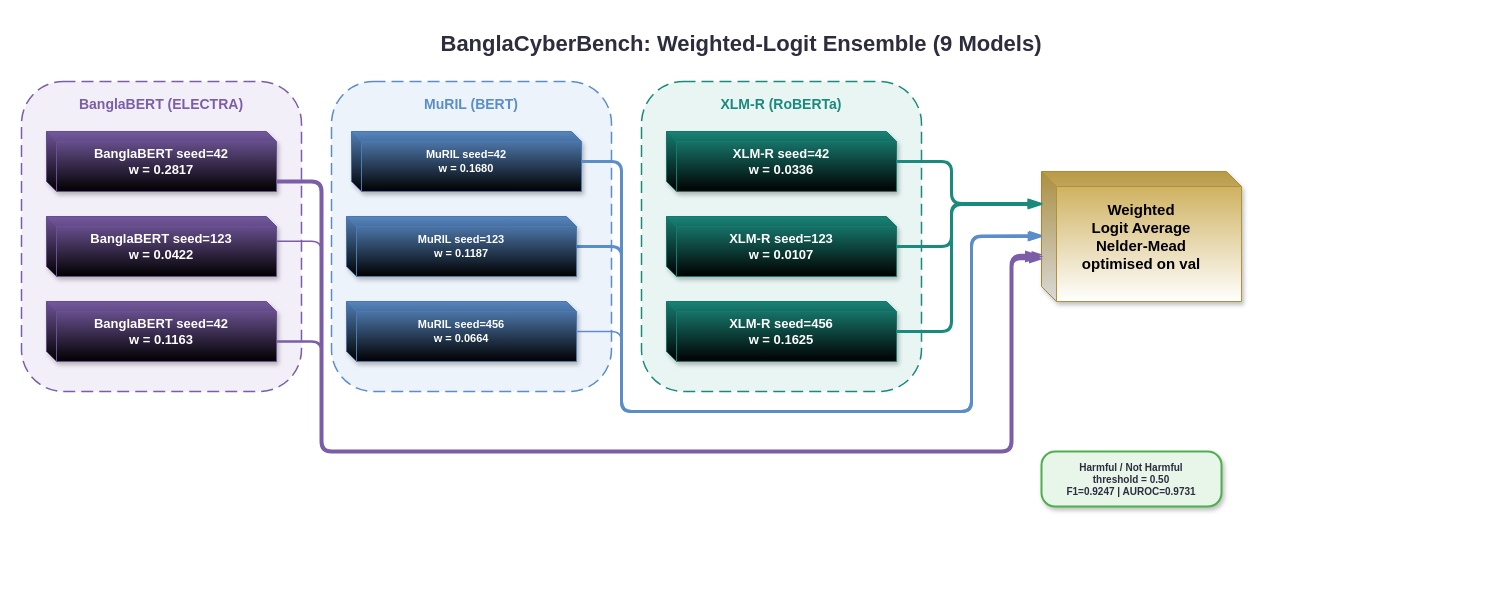
Earlier version of the draw.io diagram CyberD2.drawio (Sefayet-Alam/Research-Related). Source tidied: cells renumbered, new cells numbered last; positions are measured from the earlier drawing's top-left corner, leaving out a move shared by most shapes. Both pictures are drawn from the tidied source at 100%, with x=0, y=0 at pixel (21, 21).
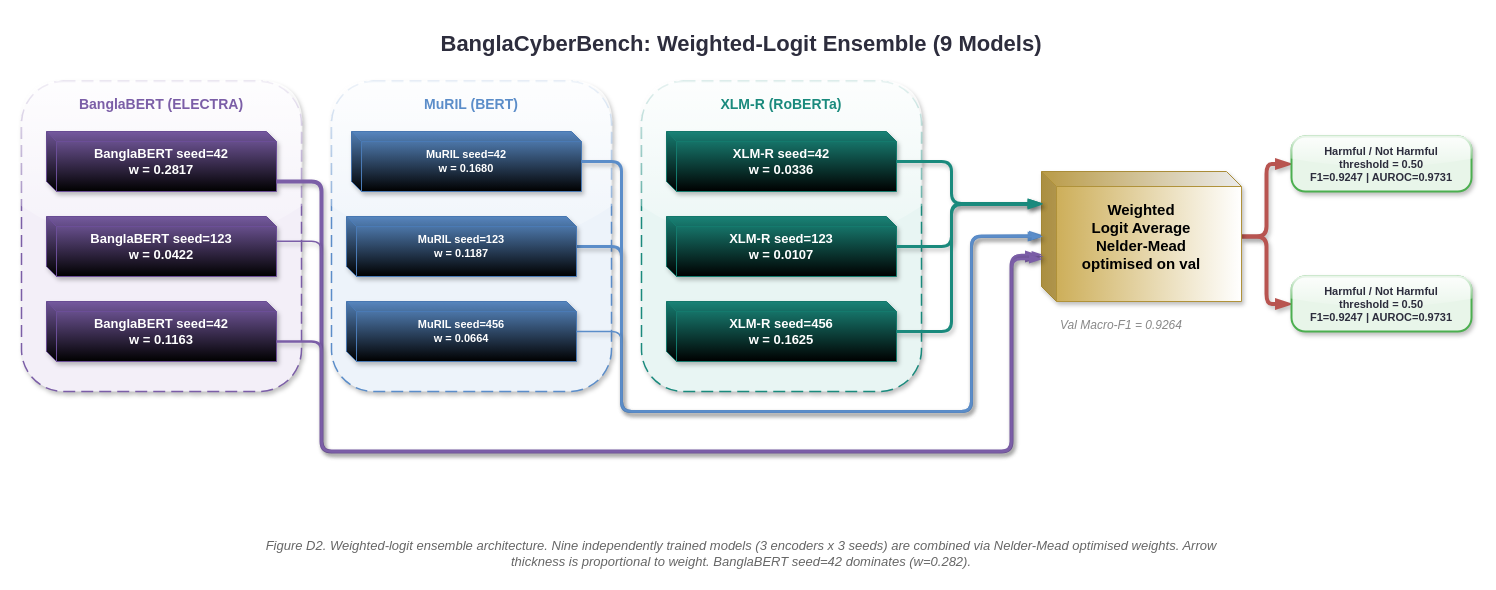
The same diagram, later.

Unchanged cells that the change refers to:
```xml
<mxCell id="5" value="BanglaBERT seed=123&#10;w = 0.0422" style="shape=cube;whiteSpace=wrap;size=10;darkOpacity=0.05;darkOpacity2=0.1;fillColor=#7B5EA7;strokeColor=#6B4E97;fontColor=#FFFFFF;fontSize=13;fontStyle=1;fontFamily=Arial;shadow=1;gradientColor=default;" parent="1" vertex="1">
  <mxGeometry x="25" y="195" width="230" height="60" as="geometry" />
</mxCell>
<mxCell id="6" value="BanglaBERT seed=42&#10;w = 0.1163" style="shape=cube;whiteSpace=wrap;size=10;darkOpacity=0.05;darkOpacity2=0.1;fillColor=#7B5EA7;strokeColor=#6B4E97;fontColor=#FFFFFF;fontSize=13;fontStyle=1;fontFamily=Arial;shadow=1;gradientColor=default;" parent="1" vertex="1">
  <mxGeometry x="25" y="280" width="230" height="60" as="geometry" />
</mxCell>
<mxCell id="8" value="MuRIL seed=42 &#10;w = 0.1680" style="shape=cube;whiteSpace=wrap;size=10;darkOpacity=0.05;darkOpacity2=0.1;fillColor=#5B8DC9;strokeColor=#4A7AB5;fontColor=#FFFFFF;fontSize=11;fontStyle=1;fontFamily=Arial;shadow=1;gradientColor=default;" parent="1" vertex="1">
  <mxGeometry x="330" y="110" width="230" height="60" as="geometry" />
</mxCell>
<mxCell id="10" value="MuRIL seed=123 &#10;w = 0.1187" style="shape=cube;whiteSpace=wrap;size=10;darkOpacity=0.05;darkOpacity2=0.1;fillColor=#5B8DC9;strokeColor=#4A7AB5;fontColor=#FFFFFF;fontSize=11;fontStyle=1;fontFamily=Arial;shadow=1;gradientColor=default;" parent="1" vertex="1">
  <mxGeometry x="325" y="195" width="230" height="60" as="geometry" />
</mxCell>
<mxCell id="11" value="MuRIL seed=456 &#10;w = 0.0664" style="shape=cube;whiteSpace=wrap;size=10;darkOpacity=0.05;darkOpacity2=0.1;fillColor=#5B8DC9;strokeColor=#4A7AB5;fontColor=#FFFFFF;fontSize=11;fontStyle=1;fontFamily=Arial;shadow=1;gradientColor=default;" parent="1" vertex="1">
  <mxGeometry x="325" y="280" width="230" height="60" as="geometry" />
</mxCell>
<mxCell id="13" value="XLM-R seed=42 &#10;w = 0.0336" style="shape=cube;whiteSpace=wrap;size=10;darkOpacity=0.05;darkOpacity2=0.1;fillColor=#1A8A7D;strokeColor=#147A6D;fontColor=#FFFFFF;fontSize=13;fontStyle=1;fontFamily=Arial;shadow=1;gradientColor=default;" parent="1" vertex="1">
  <mxGeometry x="645" y="110" width="230" height="60" as="geometry" />
</mxCell>
<mxCell id="14" value="XLM-R seed=123 &#10;w = 0.0107" style="shape=cube;whiteSpace=wrap;size=10;darkOpacity=0.05;darkOpacity2=0.1;fillColor=#1A8A7D;strokeColor=#147A6D;fontColor=#FFFFFF;fontSize=13;fontStyle=1;fontFamily=Arial;shadow=1;gradientColor=default;" parent="1" vertex="1">
  <mxGeometry x="645" y="195" width="230" height="60" as="geometry" />
</mxCell>
<mxCell id="15" value="XLM-R seed=456 &#10;w = 0.1625" style="shape=cube;whiteSpace=wrap;size=10;darkOpacity=0.05;darkOpacity2=0.1;fillColor=#1A8A7D;strokeColor=#147A6D;fontColor=#FFFFFF;fontSize=13;fontStyle=1;fontFamily=Arial;shadow=1;gradientColor=default;" parent="1" vertex="1">
  <mxGeometry x="645" y="280" width="230" height="60" as="geometry" />
</mxCell>
```

What changed in the source:
```diff
@@
-<mxGraphModel>
+<mxGraphModel background="#ffffff">
@@
-    <mxCell id="2" value="BanglaBERT (ELECTRA)" style="rounded=1;whiteSpace=wrap;dashed=1;dashPattern=8 4;fillColor=#F3EFF8;strokeColor=#7B5EA7;strokeWidth=1.5;fontSize=14;fontStyle=1;fontFamily=Arial;fontColor=#7B5EA7;verticalAlign=top;spacingTop=8;" parent="1" vertex="1">
+    <mxCell id="2" value="BanglaBERT (ELECTRA)" style="rounded=1;whiteSpace=wrap;dashed=1;dashPattern=8 4;fillColor=#F3EFF8;strokeColor=#7B5EA7;strokeWidth=1.5;fontSize=14;fontStyle=1;fontFamily=Arial;fontColor=#7B5EA7;verticalAlign=top;spacingTop=8;shadow=1;glass=1;" parent="1" vertex="1">
       <mxGeometry y="60" width="280" height="310" as="geometry" />
     </mxCell>
-    <mxCell id="3" value="BanglaCyberBench: Weighted-Logit Ensemble (9 Models)" style="text;whiteSpace=wrap;fontSize=22;fontStyle=1;fontFamily=Arial;fontColor=#2D2D3D;align=center;verticalAlign=middle;" parent="1" vertex="1">
+    <mxCell id="3" value="BanglaCyberBench: Weighted-Logit Ensemble (9 Models)" style="text;whiteSpace=wrap;fontSize=22;fontStyle=1;fontFamily=Arial;fontColor=#2D2D3D;align=center;verticalAlign=middle;shadow=1;" parent="1" vertex="1">
       <mxGeometry x="270" width="900" height="45" as="geometry" />
     </mxCell>
@@
-    <mxCell id="7" value="MuRIL (BERT)" style="rounded=1;whiteSpace=wrap;dashed=1;dashPattern=8 4;fillColor=#EDF3FA;strokeColor=#5B8DC9;strokeWidth=1.5;fontSize=14;fontStyle=1;fontFamily=Arial;fontColor=#5B8DC9;verticalAlign=top;spacingTop=8;" parent="1" vertex="1">
+    <mxCell id="7" value="MuRIL (BERT)" style="rounded=1;whiteSpace=wrap;dashed=1;dashPattern=8 4;fillColor=#EDF3FA;strokeColor=#5B8DC9;strokeWidth=1.5;fontSize=14;fontStyle=1;fontFamily=Arial;fontColor=#5B8DC9;verticalAlign=top;spacingTop=8;shadow=1;glass=1;" parent="1" vertex="1">
       <mxGeometry x="310" y="60" width="280" height="310" as="geometry" />
     </mxCell>
@@
-    <mxCell id="9" style="edgeStyle=orthogonalEdgeStyle;rounded=1;jettySize=auto;strokeColor=#5B8DC9;strokeWidth=3;endArrow=blockThin;endFill=1;entryX=0.007;entryY=0.495;entryDx=0;entryDy=0;entryPerimeter=0;" parent="1" edge="1" source="10" target="16">
+    <mxCell id="9" style="edgeStyle=orthogonalEdgeStyle;rounded=1;jettySize=auto;strokeColor=#5B8DC9;strokeWidth=3;endArrow=blockThin;endFill=1;entryX=0.007;entryY=0.495;entryDx=0;entryDy=0;entryPerimeter=0;shadow=1;" parent="1" edge="1" source="10" target="16">
       <mxGeometry relative="1" as="geometry">
         <Array as="points">
           <mxPoint x="600" y="225" />
           <mxPoint x="600" y="390" />
           <mxPoint x="950" y="390" />
           <mxPoint x="950" y="214" />
           <mxPoint x="1021" y="214" />
         </Array>
       </mxGeometry>
     </mxCell>
@@
-    <mxCell id="12" value="XLM-R (RoBERTa)" style="rounded=1;whiteSpace=wrap;dashed=1;dashPattern=8 4;fillColor=#E8F5F3;strokeColor=#1A8A7D;strokeWidth=1.5;fontSize=14;fontStyle=1;fontFamily=Arial;fontColor=#1A8A7D;verticalAlign=top;spacingTop=8;" parent="1" vertex="1">
+    <mxCell id="12" value="XLM-R (RoBERTa)" style="rounded=1;whiteSpace=wrap;dashed=1;dashPattern=8 4;fillColor=#E8F5F3;strokeColor=#1A8A7D;strokeWidth=1.5;fontSize=14;fontStyle=1;fontFamily=Arial;fontColor=#1A8A7D;verticalAlign=top;spacingTop=8;shadow=1;glass=1;" parent="1" vertex="1">
       <mxGeometry x="620" y="60" width="280" height="310" as="geometry" />
     </mxCell>
@@
+    <mxCell id="26" style="edgeStyle=orthogonalEdgeStyle;rounded=1;jettySize=auto;html=1;entryX=0;entryY=0.5;entryDx=0;entryDy=0;strokeColor=#b85450;strokeWidth=4;align=center;verticalAlign=middle;fontFamily=Helvetica;fontSize=11;fontColor=default;labelBackgroundColor=default;endArrow=blockThin;endFill=1;fillColor=#f8cecc;shadow=1;" parent="1" edge="1" source="16" target="25">
+      <mxGeometry relative="1" as="geometry" />
+    </mxCell>
+    <mxCell id="27" style="edgeStyle=orthogonalEdgeStyle;rounded=1;jettySize=auto;html=1;entryX=0;entryY=0.5;entryDx=0;entryDy=0;strokeColor=#b85450;strokeWidth=4;align=center;verticalAlign=middle;fontFamily=Helvetica;fontSize=11;fontColor=default;labelBackgroundColor=default;endArrow=blockThin;endFill=1;fillColor=#f8cecc;shadow=1;" parent="1" edge="1" source="16" target="28">
+      <mxGeometry relative="1" as="geometry" />
+    </mxCell>
-    <mxCell id="16" value="Weighted &#10;Logit Average &#10;Nelder-Mead &#10;optimised on val" style="shape=cube;whiteSpace=wrap;size=15;darkOpacity=0.08;darkOpacity2=0.15;fillColor=#C9A84C;strokeColor=#B0923A;fontColor=#000000;fontSize=15;fontStyle=1;fontFamily=Arial;shadow=1;gradientColor=#FFFFFF;gradientDirection=south;" parent="1" vertex="1">
+    <mxCell id="16" value="Weighted &#10;Logit Average &#10;Nelder-Mead &#10;optimised on val" style="shape=cube;whiteSpace=wrap;size=15;darkOpacity=0.08;darkOpacity2=0.15;fillColor=#C9A84C;strokeColor=#B0923A;fontColor=#000000;fontSize=15;fontStyle=1;fontFamily=Arial;shadow=1;gradientColor=#FFFFFF;gradientDirection=east;" parent="1" vertex="1">
       <mxGeometry x="1020" y="150" width="200" height="130" as="geometry" />
     </mxCell>
-    <mxCell id="17" style="edgeStyle=orthogonalEdgeStyle;rounded=1;jettySize=auto;strokeColor=#5B8DC9;strokeWidth=3;endArrow=blockThin;endFill=1;" parent="1" edge="1" source="8" target="16">
+    <mxCell id="17" style="edgeStyle=orthogonalEdgeStyle;rounded=1;jettySize=auto;strokeColor=#5B8DC9;strokeWidth=3;endArrow=blockThin;endFill=1;shadow=1;" parent="1" edge="1" source="8" target="16">
       <mxGeometry relative="1" as="geometry">
         <Array as="points">
           <mxPoint x="600" y="140" />
           <mxPoint x="600" y="390" />
           <mxPoint x="950" y="390" />
           <mxPoint x="950" y="215" />
         </Array>
       </mxGeometry>
     </mxCell>
-    <mxCell id="18" style="edgeStyle=orthogonalEdgeStyle;rounded=1;jettySize=auto;strokeColor=#5B8DC9;strokeWidth=1.5;endArrow=blockThin;endFill=1;" parent="1" edge="1" source="11" target="16">
+    <mxCell id="18" style="edgeStyle=orthogonalEdgeStyle;rounded=1;jettySize=auto;strokeColor=#5B8DC9;strokeWidth=1.5;endArrow=blockThin;endFill=1;shadow=1;" parent="1" edge="1" source="11" target="16">
       <mxGeometry relative="1" as="geometry">
         <Array as="points">
           <mxPoint x="600" y="310" />
           <mxPoint x="600" y="390" />
           <mxPoint x="950" y="390" />
           <mxPoint x="950" y="215" />
         </Array>
       </mxGeometry>
     </mxCell>
-    <mxCell id="19" style="edgeStyle=orthogonalEdgeStyle;rounded=1;orthogonalLoop=1;jettySize=auto;strokeColor=#7B5EA7;strokeWidth=4;endArrow=blockThin;endFill=1;" parent="1" edge="1">
+    <mxCell id="19" style="edgeStyle=orthogonalEdgeStyle;rounded=1;orthogonalLoop=1;jettySize=auto;strokeColor=#7B5EA7;strokeWidth=4;endArrow=blockThin;endFill=1;shadow=1;" parent="1" edge="1">
       <mxGeometry relative="1" as="geometry">
         <mxPoint x="255" y="160" as="sourcePoint" />
         <mxPoint x="1020" y="235" as="targetPoint" />
         <Array as="points">
           <mxPoint x="300" y="160" />
           <mxPoint x="300" y="430" />
           <mxPoint x="990" y="430" />
         </Array>
       </mxGeometry>
     </mxCell>
-    <mxCell id="20" style="edgeStyle=orthogonalEdgeStyle;rounded=1;jettySize=auto;strokeColor=#7B5EA7;strokeWidth=1.5;endArrow=blockThin;endFill=1;exitX=1;exitY=0.412;exitDx=0;exitDy=0;exitPerimeter=0;" parent="1" edge="1" source="5">
+    <mxCell id="20" style="edgeStyle=orthogonalEdgeStyle;rounded=1;jettySize=auto;strokeColor=#7B5EA7;strokeWidth=1.5;endArrow=blockThin;endFill=1;exitX=1;exitY=0.412;exitDx=0;exitDy=0;exitPerimeter=0;shadow=1;" parent="1" edge="1" source="5">
       <mxGeometry relative="1" as="geometry">
         <mxPoint x="1020" y="233" as="targetPoint" />
         <Array as="points">
           <mxPoint x="300" y="220" />
           <mxPoint x="300" y="430" />
           <mxPoint x="990" y="430" />
           <mxPoint x="990" y="233" />
         </Array>
       </mxGeometry>
     </mxCell>
-    <mxCell id="21" style="edgeStyle=orthogonalEdgeStyle;rounded=1;jettySize=auto;strokeColor=#7B5EA7;strokeWidth=2.5;endArrow=blockThin;endFill=1;entryX=0;entryY=0;entryDx=0;entryDy=115;entryPerimeter=0;" parent="1" edge="1" source="6">
+    <mxCell id="21" style="edgeStyle=orthogonalEdgeStyle;rounded=1;jettySize=auto;strokeColor=#7B5EA7;strokeWidth=2.5;endArrow=blockThin;endFill=1;entryX=0;entryY=0;entryDx=0;entryDy=115;entryPerimeter=0;shadow=1;" parent="1" edge="1" source="6">
       <mxGeometry relative="1" as="geometry">
         <mxPoint x="1020" y="237.5" as="targetPoint" />
         <Array as="points">
           <mxPoint x="300" y="320" />
           <mxPoint x="300" y="430" />
           <mxPoint x="990" y="430" />
           <mxPoint x="990" y="238" />
         </Array>
       </mxGeometry>
     </mxCell>
-    <mxCell id="22" style="edgeStyle=orthogonalEdgeStyle;rounded=1;jettySize=auto;strokeColor=#1A8A7D;strokeWidth=3;endArrow=blockThin;endFill=1;" parent="1" edge="1" source="13" target="16">
+    <mxCell id="22" style="edgeStyle=orthogonalEdgeStyle;rounded=1;jettySize=auto;strokeColor=#1A8A7D;strokeWidth=3;endArrow=blockThin;endFill=1;shadow=1;" parent="1" edge="1" source="13" target="16">
       <mxGeometry relative="1" as="geometry">
         <Array as="points">
           <mxPoint x="930" y="140" />
           <mxPoint x="930" y="182" />
         </Array>
       </mxGeometry>
     </mxCell>
-    <mxCell id="23" style="edgeStyle=orthogonalEdgeStyle;rounded=1;jettySize=auto;strokeColor=#1A8A7D;strokeWidth=3;endArrow=blockThin;endFill=1;" parent="1" edge="1" source="14" target="16">
+    <mxCell id="23" style="edgeStyle=orthogonalEdgeStyle;rounded=1;jettySize=auto;strokeColor=#1A8A7D;strokeWidth=3;endArrow=blockThin;endFill=1;shadow=1;" parent="1" edge="1" source="14" target="16">
       <mxGeometry relative="1" as="geometry">
         <Array as="points">
           <mxPoint x="930" y="225" />
           <mxPoint x="930" y="182" />
         </Array>
       </mxGeometry>
     </mxCell>
-    <mxCell id="24" style="edgeStyle=orthogonalEdgeStyle;rounded=1;jettySize=auto;strokeColor=#1A8A7D;strokeWidth=3;endArrow=blockThin;endFill=1;" parent="1" edge="1" source="15" target="16">
+    <mxCell id="24" style="edgeStyle=orthogonalEdgeStyle;rounded=1;jettySize=auto;strokeColor=#1A8A7D;strokeWidth=3;endArrow=blockThin;endFill=1;shadow=1;" parent="1" edge="1" source="15" target="16">
       <mxGeometry relative="1" as="geometry">
         <Array as="points">
           <mxPoint x="930" y="310" />
           <mxPoint x="930" y="183" />
         </Array>
       </mxGeometry>
     </mxCell>
-    <mxCell id="25" value="Harmful / Not Harmful &#10;threshold = 0.50 &#10;F1=0.9247 | AUROC=0.9731" style="rounded=1;whiteSpace=wrap;arcSize=25;fillColor=#E8F5E9;strokeColor=#4CAF50;strokeWidth=2;fontColor=#2D2D3D;fontSize=10;fontStyle=1;fontFamily=Arial;shadow=1;" parent="1" vertex="1">
-      <mxGeometry x="1020" y="430" width="180" height="55" as="geometry" />
+    <mxCell id="25" value="Harmful / Not Harmful &#10;threshold = 0.50 &#10;F1=0.9247 | AUROC=0.9731" style="rounded=1;whiteSpace=wrap;arcSize=25;fillColor=#E8F5E9;strokeColor=#4CAF50;strokeWidth=2;fontColor=#2D2D3D;fontSize=11;fontStyle=1;fontFamily=Arial;shadow=1;glass=1;" parent="1" vertex="1">
+      <mxGeometry x="1270" y="115" width="180" height="55" as="geometry" />
     </mxCell>
+    <mxCell id="28" value="Harmful / Not Harmful &#10;threshold = 0.50 &#10;F1=0.9247 | AUROC=0.9731" style="rounded=1;whiteSpace=wrap;arcSize=25;fillColor=#E8F5E9;strokeColor=#4CAF50;strokeWidth=2;fontColor=#2D2D3D;fontSize=11;fontStyle=1;fontFamily=Arial;shadow=1;glass=1;" parent="1" vertex="1">
+      <mxGeometry x="1270" y="255" width="180" height="55" as="geometry" />
+    </mxCell>
+    <mxCell id="29" value="Val Macro-F1 = 0.9264" style="text;whiteSpace=wrap;fontSize=12;fontFamily=Arial;fontColor=#888888;fontStyle=2;align=center;horizontal=1;shadow=1;" parent="1" vertex="1">
+      <mxGeometry x="1010" y="290" width="180" height="20" as="geometry" />
+    </mxCell>
+    <mxCell id="30" value="Figure D2. Weighted-logit ensemble architecture. Nine independently trained models (3 encoders x 3 seeds) are combined via Nelder-Mead optimised weights. Arrow thickness is proportional to weight. BanglaBERT seed=42 dominates (w=0.282)." style="text;whiteSpace=wrap;fontSize=13;fontFamily=Helvetica;fontColor=#666666;fontStyle=2;align=center;shadow=1;" parent="1" vertex="1">
+      <mxGeometry x="220" y="510" width="1000" height="35" as="geometry" />
+    </mxCell>
```
